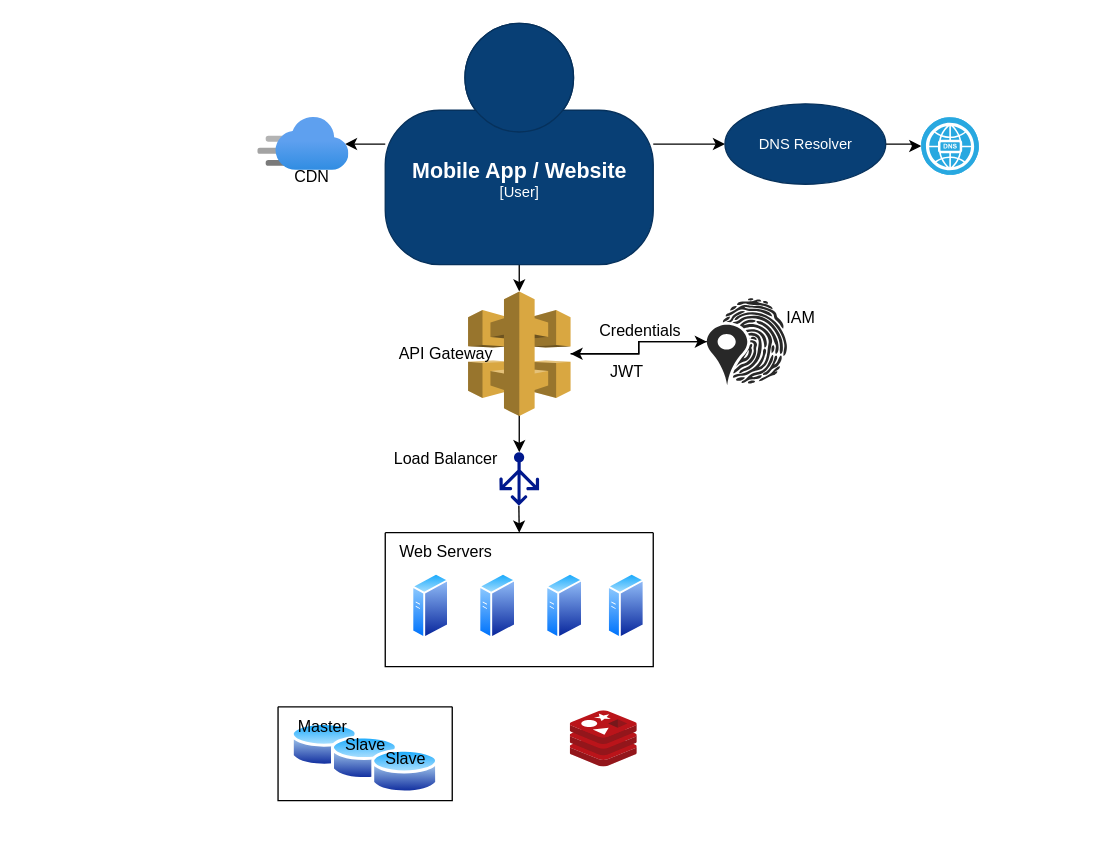
Before: Untitled Diagram.drawio in praveeng2206/Architecture, a draw.io diagram. Source tidied: cells renumbered, new cells numbered last; positions are measured from the earlier drawing's top-left corner, leaving out a move shared by most shapes. Both pictures are drawn from the tidied source at 134%, with x=0, y=0 at pixel (257, 23). Pictures stored in the file or linked from it are replaced by grey dashed boxes.
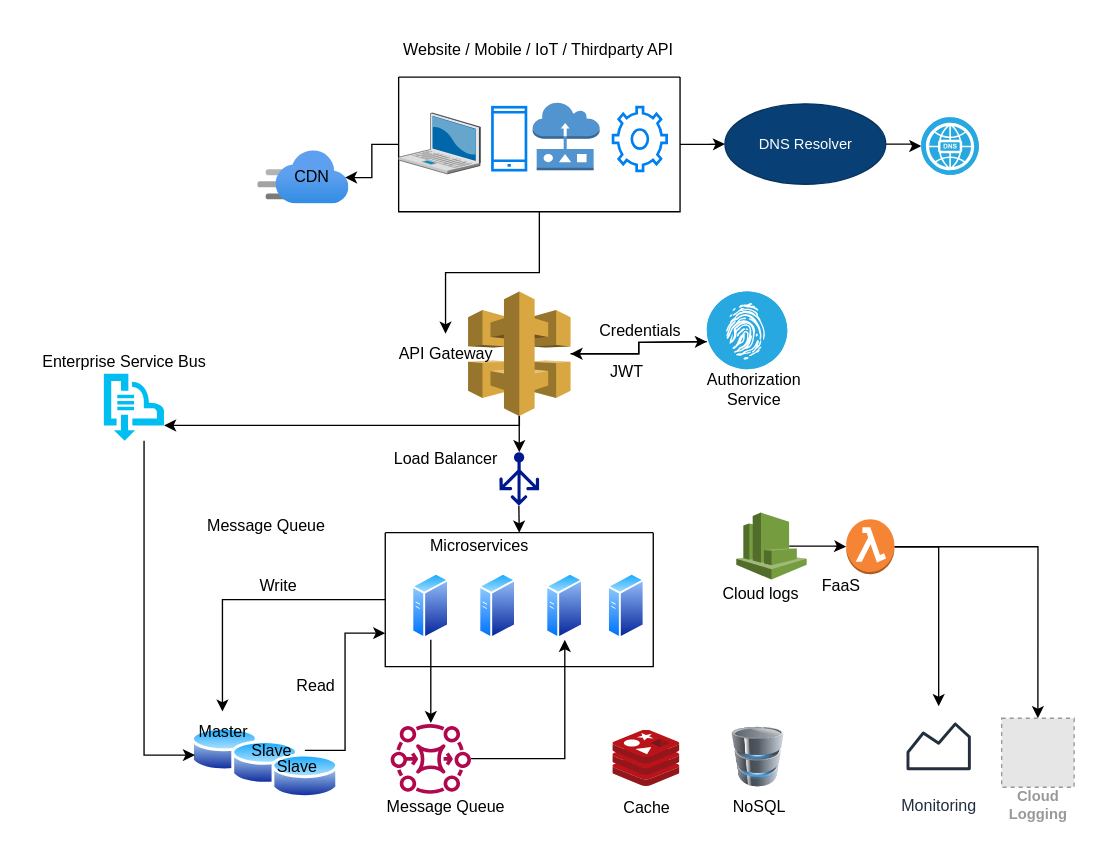
After the change.

Commit message:
Update API Server Architecture

Unchanged cells that the change refers to:
```xml
<mxCell id="7" value="DNS Resolver" style="ellipse;whiteSpace=wrap;html=1;fontSize=11;fillColor=#083F75;strokeColor=#06315C;fontColor=#ffffff;dashed=0;" parent="1" vertex="1">
  <mxGeometry x="348.5" y="60" width="120" height="60" as="geometry" />
</mxCell>
<mxCell id="9" style="swimlane;startSize=0;" parent="1" vertex="1">
  <mxGeometry x="95" y="380" width="200" height="100" as="geometry" />
</mxCell>
<mxCell id="10" style="perimeter=ellipsePerimeter;html=1;align=center;shadow=0;dashed=0;spacingTop=3;image;image=img/lib/active_directory/generic_server.svg;" parent="9" vertex="1">
  <mxGeometry x="20" y="30" width="28" height="50" as="geometry" />
</mxCell>
<mxCell id="12" style="perimeter=ellipsePerimeter;html=1;align=center;shadow=0;dashed=0;spacingTop=3;image;image=img/lib/active_directory/generic_server.svg;" parent="9" vertex="1">
  <mxGeometry x="120" y="30" width="28" height="50" as="geometry" />
</mxCell>
<mxCell id="18" style="outlineConnect=0;dashed=0;verticalLabelPosition=bottom;verticalAlign=top;align=center;html=1;shape=mxgraph.aws3.api_gateway;fillColor=#D9A741;gradientColor=none;" parent="1" vertex="1">
  <mxGeometry x="156.8" y="200" width="76.5" height="93" as="geometry" />
</mxCell>
<mxCell id="20" value="CDN" style="text;html=1;align=center;verticalAlign=middle;points=[];strokeColor=none;fillColor=none;" parent="1" vertex="1">
  <mxGeometry x="15" y="100" width="50" height="30" as="geometry" />
</mxCell>
<mxCell id="27" value="API Gateway" style="text;html=1;align=center;verticalAlign=middle;points=[];strokeColor=none;fillColor=none;" parent="1" vertex="1">
  <mxGeometry x="95" y="231.5" width="90" height="30" as="geometry" />
</mxCell>
```

What changed in the source:
```diff
@@
-    <mxCell id="2" style="edgeStyle=orthogonalEdgeStyle;rounded=0;jettySize=auto;html=1;" parent="1" edge="1" source="5" target="7">
-      <mxGeometry relative="1" as="geometry" />
-    </mxCell>
-    <mxCell id="3" style="edgeStyle=orthogonalEdgeStyle;rounded=0;jettySize=auto;html=1;" parent="1" edge="1" source="5">
-      <mxGeometry relative="1" as="geometry">
-        <mxPoint x="65" y="90" as="targetPoint" />
-      </mxGeometry>
-    </mxCell>
-    <mxCell id="4" style="edgeStyle=orthogonalEdgeStyle;rounded=0;jettySize=auto;html=1;" parent="1" edge="1" source="5">
-      <mxGeometry relative="1" as="geometry">
-        <mxPoint x="195" y="200" as="targetPoint" />
-      </mxGeometry>
-    </mxCell>
-    <object id="5" label="&lt;font style=&quot;font-size: 16px&quot;&gt;&lt;b&gt;%c4Name%&lt;/b&gt;&lt;/font&gt;&lt;div&gt;[%c4Type%]&lt;/div&gt;&lt;br&gt;&lt;div&gt;&lt;font style=&quot;font-size: 11px&quot;&gt;&lt;font color=&quot;#cccccc&quot;&gt;%c4Description%&lt;/font&gt;&lt;/div&gt;" c4Description="" c4Name="Mobile App / Website" c4Type="User" placeholders="1">
-      <mxCell style="html=1;fontSize=11;dashed=0;whitespace=wrap;fillColor=#083F75;strokeColor=#06315C;fontColor=#ffffff;shape=mxgraph.c4.person2;align=center;points=[[0.5,0,0],[1,0.5,0],[1,0.75,0],[0.75,1,0],[0.5,1,0],[0.25,1,0],[0,0.75,0],[0,0.5,0]];" parent="1" vertex="1">
-        <mxGeometry x="95" width="200" height="180" as="geometry" />
-      </mxCell>
-    </object>
@@
+    <mxCell id="37" style="edgeStyle=orthogonalEdgeStyle;rounded=0;jettySize=auto;html=1;" parent="1" edge="1" source="9" target="35">
+      <mxGeometry relative="1" as="geometry" />
+    </mxCell>
@@
-    <mxCell id="14" value="Web Servers" style="text;html=1;align=center;verticalAlign=middle;strokeColor=none;fillColor=none;" parent="9" vertex="1">
-      <mxGeometry width="90" height="30" as="geometry" />
-    </mxCell>
@@
-    <mxCell id="17" style="edgeStyle=orthogonalEdgeStyle;rounded=0;jettySize=auto;html=1;" parent="1" edge="1" source="18" target="23">
-      <mxGeometry relative="1" as="geometry" />
+    <mxCell id="17" style="edgeStyle=orthogonalEdgeStyle;rounded=0;jettySize=auto;html=1;" parent="1" edge="1" source="18">
+      <mxGeometry relative="1" as="geometry">
+        <mxPoint x="335" y="237.5" as="targetPoint" />
+      </mxGeometry>
     </mxCell>
+    <mxCell id="38" style="edgeStyle=orthogonalEdgeStyle;rounded=0;jettySize=auto;html=1;entryX=1;entryY=0.77;entryDx=0;entryDy=0;entryPerimeter=0;" parent="1" edge="1" source="18" target="63">
+      <mxGeometry relative="1" as="geometry">
+        <Array as="points">
+          <mxPoint x="195" y="300" />
+          <mxPoint x="-60" y="300" />
+        </Array>
+      </mxGeometry>
+    </mxCell>
@@
     <mxCell id="19" style="html=1;align=center;image;fontSize=12;image=img/lib/azure2/app_services/CDN_Profiles.svg;" parent="1" vertex="1">
-      <mxGeometry y="70" width="68" height="40" as="geometry" />
+      <mxGeometry y="95" width="68" height="40" as="geometry" />
     </mxCell>
@@
-    <mxCell id="22" style="edgeStyle=orthogonalEdgeStyle;rounded=0;jettySize=auto;html=1;" parent="1" edge="1" source="23" target="18">
-      <mxGeometry relative="1" as="geometry" />
+    <mxCell id="22" style="edgeStyle=orthogonalEdgeStyle;rounded=0;jettySize=auto;html=1;" parent="1" edge="1" target="18">
+      <mxGeometry relative="1" as="geometry">
+        <mxPoint x="335" y="237.5" as="sourcePoint" />
+      </mxGeometry>
     </mxCell>
-    <mxCell id="23" style="verticalLabelPosition=bottom;sketch=0;html=1;fillColor=#282828;strokeColor=none;verticalAlign=top;align=center;shape=mxgraph.cisco_safe.security_icons.iam;" parent="1" vertex="1">
-      <mxGeometry x="335" y="205" width="60" height="65" as="geometry" />
-    </mxCell>
@@
-    <mxCell id="26" value="IAM" style="text;html=1;align=center;verticalAlign=middle;strokeColor=none;fillColor=none;" parent="1" vertex="1">
-      <mxGeometry x="385" y="205" width="40" height="30" as="geometry" />
-    </mxCell>
@@
     <mxCell id="28" style="perimeter=ellipsePerimeter;html=1;align=center;shadow=0;dashed=0;spacingTop=3;image;image=img/lib/active_directory/database.svg;" parent="1" vertex="1">
-      <mxGeometry x="25" y="520" width="50" height="37" as="geometry" />
+      <mxGeometry x="-49.5" y="523.5" width="50" height="37" as="geometry" />
     </mxCell>
     <mxCell id="29" style="perimeter=ellipsePerimeter;html=1;align=center;shadow=0;dashed=0;spacingTop=3;image;image=img/lib/active_directory/database.svg;" parent="1" vertex="1">
-      <mxGeometry x="55" y="530" width="50" height="37" as="geometry" />
+      <mxGeometry x="-19.5" y="533.5" width="50" height="37" as="geometry" />
     </mxCell>
     <mxCell id="30" style="perimeter=ellipsePerimeter;html=1;align=center;shadow=0;dashed=0;spacingTop=3;image;image=img/lib/active_directory/database.svg;" parent="1" vertex="1">
-      <mxGeometry x="85" y="540" width="50" height="37" as="geometry" />
+      <mxGeometry x="10.5" y="543.5" width="50" height="37" as="geometry" />
     </mxCell>
-    <mxCell id="31" style="swimlane;startSize=0;" parent="1" vertex="1">
-      <mxGeometry x="15" y="510" width="130" height="70" as="geometry" />
-    </mxCell>
-    <mxCell id="32" value="Slave" style="text;html=1;align=center;verticalAlign=middle;strokeColor=none;fillColor=none;" parent="31" vertex="1">
-      <mxGeometry x="40" y="13.5" width="50" height="30" as="geometry" />
-    </mxCell>
-    <mxCell id="33" value="Slave" style="text;html=1;align=center;verticalAlign=middle;strokeColor=none;fillColor=none;" parent="31" vertex="1">
-      <mxGeometry x="70" y="23.5" width="50" height="30" as="geometry" />
-    </mxCell>
     <mxCell id="34" style="sketch=0;html=1;align=center;image;fontSize=12;image=img/lib/mscae/Cache_Redis_Product.svg;" parent="1" vertex="1">
-      <mxGeometry x="233.2" y="513" width="50" height="42" as="geometry" />
+      <mxGeometry x="265" y="527.5" width="50" height="42" as="geometry" />
     </mxCell>
     <mxCell id="35" value="Master" style="text;html=1;align=center;verticalAlign=middle;points=[];strokeColor=none;fillColor=none;" parent="1" vertex="1">
-      <mxGeometry x="18" y="510" width="60" height="30" as="geometry" />
+      <mxGeometry x="-56.5" y="513.5" width="60" height="30" as="geometry" />
     </mxCell>
@@
+    <mxCell id="39" style="edgeStyle=orthogonalEdgeStyle;rounded=0;jettySize=auto;html=1;" parent="1" edge="1" source="42" target="20">
+      <mxGeometry relative="1" as="geometry" />
+    </mxCell>
+    <mxCell id="40" style="edgeStyle=orthogonalEdgeStyle;rounded=0;jettySize=auto;html=1;" parent="1" edge="1" source="42" target="27">
+      <mxGeometry relative="1" as="geometry" />
+    </mxCell>
+    <mxCell id="41" style="edgeStyle=orthogonalEdgeStyle;rounded=0;jettySize=auto;html=1;" parent="1" edge="1" source="42" target="7">
+      <mxGeometry relative="1" as="geometry" />
+    </mxCell>
+    <mxCell id="42" style="swimlane;startSize=0;" parent="1" vertex="1">
+      <mxGeometry x="105" y="40" width="210" height="100.5" as="geometry" />
+    </mxCell>
+    <mxCell id="43" style="verticalLabelPosition=bottom;sketch=0;html=1;verticalAlign=top;strokeColor=none;align=center;shape=mxgraph.citrix.laptop_2;" parent="42" vertex="1">
+      <mxGeometry y="26.8" width="61" height="45.5" as="geometry" />
+    </mxCell>
+    <mxCell id="44" style="html=1;verticalLabelPosition=bottom;align=center;labelBackgroundColor=#ffffff;verticalAlign=top;strokeWidth=2;strokeColor=#0080F0;shadow=0;dashed=0;shape=mxgraph.ios7.icons.smartphone;" parent="42" vertex="1">
+      <mxGeometry x="70" y="22.5" width="25" height="47" as="geometry" />
+    </mxCell>
+    <mxCell id="45" style="dashed=0;verticalLabelPosition=bottom;verticalAlign=top;align=center;html=1;shape=mxgraph.aws3.sensor;fillColor=#5294CF;gradientColor=none;" parent="42" vertex="1">
+      <mxGeometry x="100" y="19" width="50" height="50.5" as="geometry" />
+    </mxCell>
+    <mxCell id="46" style="html=1;verticalLabelPosition=bottom;align=center;labelBackgroundColor=#ffffff;verticalAlign=top;strokeWidth=2;strokeColor=#0080F0;shadow=0;dashed=0;shape=mxgraph.ios7.icons.settings;" parent="42" vertex="1">
+      <mxGeometry x="160" y="22.5" width="40" height="47.5" as="geometry" />
+    </mxCell>
+    <mxCell id="47" style="fillColor=#28A8E0;verticalLabelPosition=bottom;sketch=0;html=1;strokeColor=#ffffff;verticalAlign=top;align=center;shape=mxgraph.cisco_safe.compositeIcon;bgIcon=ellipse;resIcon=mxgraph.cisco_safe.capability.identity_authorization;" parent="1" vertex="1">
+      <mxGeometry x="335" y="200" width="60" height="58" as="geometry" />
+    </mxCell>
+    <mxCell id="48" value="Authorization&lt;br&gt;Service" style="text;html=1;align=center;verticalAlign=middle;strokeColor=none;fillColor=none;" parent="1" vertex="1">
+      <mxGeometry x="325" y="253" width="90" height="40" as="geometry" />
+    </mxCell>
+    <mxCell id="49" value="Message Queue" style="text;html=1;align=center;verticalAlign=middle;strokeColor=none;fillColor=none;" parent="1" vertex="1">
+      <mxGeometry x="-49.5" y="360" width="110" height="30" as="geometry" />
+    </mxCell>
+    <mxCell id="50" style="edgeStyle=orthogonalEdgeStyle;rounded=0;jettySize=auto;html=1;entryX=0.5;entryY=1;entryDx=0;entryDy=0;" parent="1" edge="1" source="51" target="12">
+      <mxGeometry relative="1" as="geometry" />
+    </mxCell>
+    <mxCell id="51" style="sketch=0;outlineConnect=0;fontColor=#232F3E;gradientColor=none;fillColor=#B0084D;strokeColor=none;dashed=0;verticalLabelPosition=bottom;verticalAlign=top;align=center;html=1;fontSize=12;fontStyle=0;shape=mxgraph.aws4.mq_broker;" parent="1" vertex="1">
+      <mxGeometry x="99" y="518.5" width="60" height="60" as="geometry" />
+    </mxCell>
+    <mxCell id="52" style="edgeStyle=orthogonalEdgeStyle;rounded=0;jettySize=auto;html=1;" parent="1" edge="1" source="10" target="51">
+      <mxGeometry relative="1" as="geometry" />
+    </mxCell>
+    <mxCell id="53" value="Message Queue" style="text;html=1;align=center;verticalAlign=middle;strokeColor=none;fillColor=none;" parent="1" vertex="1">
+      <mxGeometry x="85" y="569.5" width="110" height="30" as="geometry" />
+    </mxCell>
+    <mxCell id="54" value="Write" style="text;html=1;align=center;verticalAlign=middle;strokeColor=none;fillColor=none;" parent="1" vertex="1">
+      <mxGeometry x="-10" y="405" width="50" height="30" as="geometry" />
+    </mxCell>
+    <mxCell id="55" value="Cache" style="text;html=1;align=center;verticalAlign=middle;strokeColor=none;fillColor=none;" parent="1" vertex="1">
+      <mxGeometry x="260" y="570.5" width="60" height="30" as="geometry" />
+    </mxCell>
+    <mxCell id="56" value="NoSQL" style="text;html=1;align=center;verticalAlign=middle;strokeColor=none;fillColor=none;" parent="1" vertex="1">
+      <mxGeometry x="343.5" y="569.5" width="60" height="30" as="geometry" />
+    </mxCell>
+    <mxCell id="57" value="Website / Mobile / IoT / Thirdparty API" style="text;html=1;align=center;verticalAlign=middle;strokeColor=none;fillColor=none;" parent="1" vertex="1">
+      <mxGeometry x="99" y="5" width="220" height="30" as="geometry" />
+    </mxCell>
+    <mxCell id="58" value="Slave" style="text;html=1;align=center;verticalAlign=middle;strokeColor=none;fillColor=none;" parent="1" vertex="1">
+      <mxGeometry x="3.5" y="539.5" width="50" height="30" as="geometry" />
+    </mxCell>
+    <mxCell id="59" style="edgeStyle=orthogonalEdgeStyle;rounded=0;jettySize=auto;html=1;entryX=0;entryY=0.75;entryDx=0;entryDy=0;" parent="1" edge="1" source="60" target="9">
+      <mxGeometry relative="1" as="geometry" />
+    </mxCell>
+    <mxCell id="60" value="Slave" style="text;html=1;align=center;verticalAlign=middle;points=[];strokeColor=none;fillColor=none;" parent="1" vertex="1">
+      <mxGeometry x="-15" y="527.5" width="50" height="30" as="geometry" />
+    </mxCell>
+    <mxCell id="61" value="Read" style="text;html=1;align=center;verticalAlign=middle;strokeColor=none;fillColor=none;" parent="1" vertex="1">
+      <mxGeometry x="18" y="480" width="50" height="30" as="geometry" />
+    </mxCell>
+    <mxCell id="62" style="edgeStyle=orthogonalEdgeStyle;rounded=0;jettySize=auto;html=1;entryX=0.158;entryY=1.083;entryDx=0;entryDy=0;entryPerimeter=0;" parent="1" edge="1" source="63" target="35">
+      <mxGeometry relative="1" as="geometry">
+        <Array as="points">
+          <mxPoint x="-85" y="546" />
+        </Array>
+      </mxGeometry>
+    </mxCell>
+    <mxCell id="63" style="verticalLabelPosition=bottom;html=1;verticalAlign=top;align=center;strokeColor=none;fillColor=#00BEF2;shape=mxgraph.azure.service_bus;" parent="1" vertex="1">
+      <mxGeometry x="-115" y="261.5" width="45" height="50" as="geometry" />
+    </mxCell>
+    <mxCell id="64" value="Enterprise Service Bus" style="text;html=1;align=center;verticalAlign=middle;strokeColor=none;fillColor=none;" parent="1" vertex="1">
+      <mxGeometry x="-175" y="237.5" width="150" height="30" as="geometry" />
+    </mxCell>
+    <mxCell id="65" style="edgeStyle=orthogonalEdgeStyle;rounded=0;jettySize=auto;html=1;entryX=0.5;entryY=0;entryDx=0;entryDy=0;" parent="1" edge="1" source="67" target="70">
+      <mxGeometry relative="1" as="geometry" />
+    </mxCell>
+    <mxCell id="66" style="edgeStyle=orthogonalEdgeStyle;rounded=0;jettySize=auto;html=1;" parent="1" edge="1" source="67" target="69">
+      <mxGeometry relative="1" as="geometry" />
+    </mxCell>
+    <mxCell id="67" style="outlineConnect=0;dashed=0;verticalLabelPosition=bottom;verticalAlign=top;align=center;html=1;shape=mxgraph.aws3.lambda_function;fillColor=#F58534;gradientColor=none;" parent="1" vertex="1">
+      <mxGeometry x="439" y="370" width="36" height="41" as="geometry" />
+    </mxCell>
+    <mxCell id="68" value="FaaS" style="text;html=1;align=center;verticalAlign=middle;strokeColor=none;fillColor=none;" parent="1" vertex="1">
+      <mxGeometry x="409.5" y="405" width="50" height="30" as="geometry" />
+    </mxCell>
+    <mxCell id="69" value="Monitoring" style="sketch=0;outlineConnect=0;fontColor=#232F3E;gradientColor=none;strokeColor=#232F3E;fillColor=#ffffff;dashed=0;verticalLabelPosition=bottom;verticalAlign=top;align=center;html=1;fontSize=12;fontStyle=0;shape=mxgraph.aws4.resourceIcon;resIcon=mxgraph.aws4.monitoring;" parent="1" vertex="1">
+      <mxGeometry x="478" y="509.5" width="60" height="60" as="geometry" />
+    </mxCell>
+    <mxCell id="70" value="Cloud&#10;Logging" style="fillColor=#E6E6E6;strokeColor=#999999;dashed=1;html=1;verticalAlign=top;labelPosition=center;verticalLabelPosition=bottom;align=center;spacingTop=-6;fontSize=11;fontStyle=1;fontColor=#999999;" parent="1" vertex="1">
+      <mxGeometry x="555" y="518.5" width="54.1" height="51.5" as="geometry" />
+    </mxCell>
+    <mxCell id="71" value="Microservices" style="text;html=1;align=center;verticalAlign=middle;strokeColor=none;fillColor=none;" parent="1" vertex="1">
+      <mxGeometry x="115" y="375" width="100" height="30" as="geometry" />
+    </mxCell>
+    <mxCell id="72" style="image;html=1;image=img/lib/clip_art/computers/Database_128x128.png;" parent="1" vertex="1">
+      <mxGeometry x="349" y="525" width="49" height="45" as="geometry" />
+    </mxCell>
+    <mxCell id="73" style="edgeStyle=orthogonalEdgeStyle;rounded=0;jettySize=auto;html=1;exitX=0.75;exitY=0.5;exitDx=0;exitDy=0;exitPerimeter=0;entryX=0;entryY=0.5;entryDx=0;entryDy=0;entryPerimeter=0;" parent="1" edge="1" source="74" target="67">
+      <mxGeometry relative="1" as="geometry" />
+    </mxCell>
+    <mxCell id="74" style="outlineConnect=0;dashed=0;verticalLabelPosition=bottom;verticalAlign=top;align=center;html=1;shape=mxgraph.aws3.cloudwatch;fillColor=#759C3E;gradientColor=none;" parent="1" vertex="1">
+      <mxGeometry x="357" y="365" width="52.5" height="50" as="geometry" />
+    </mxCell>
+    <mxCell id="75" value="Cloud logs" style="text;html=1;align=center;verticalAlign=middle;strokeColor=none;fillColor=none;" parent="1" vertex="1">
+      <mxGeometry x="335" y="411" width="80" height="30" as="geometry" />
+    </mxCell>
```
